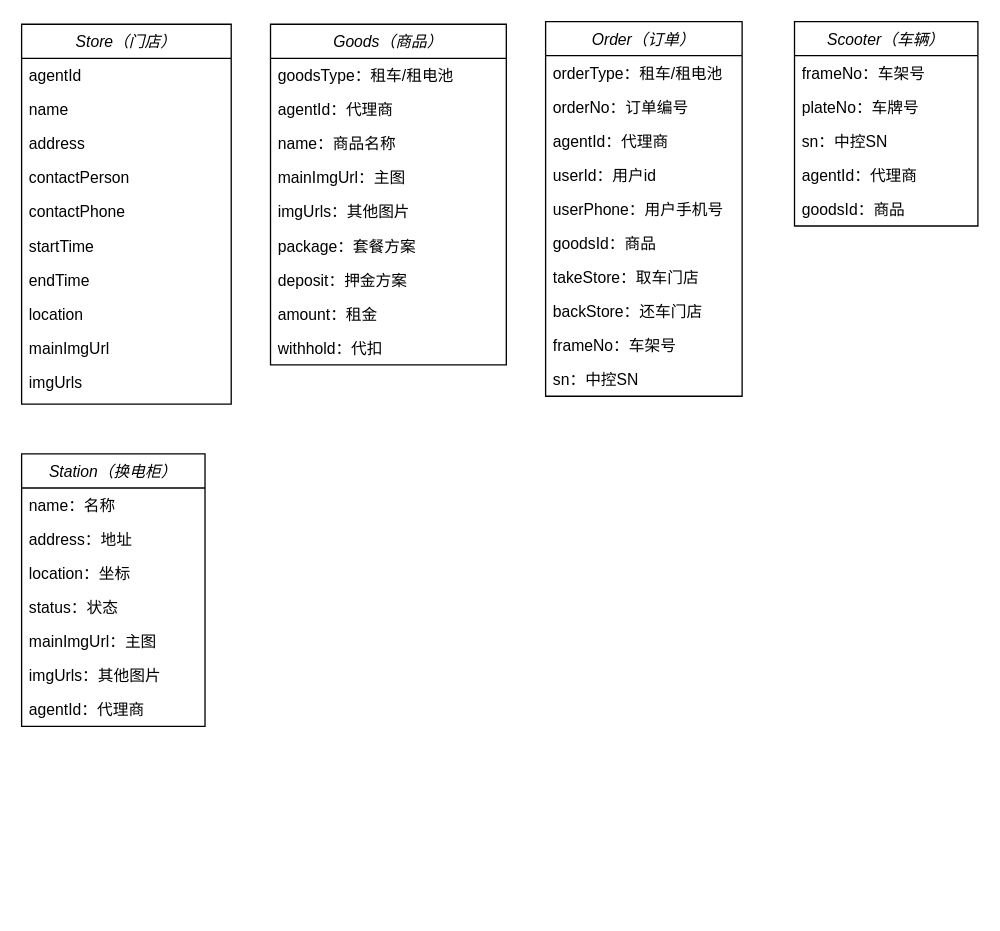
Above: 换电SaaS平台.drawio in vikey5210000/diagrams (draw.io), before the change. Source tidied: cells renumbered, new cells numbered last; positions are measured from the earlier drawing's top-left corner, leaving out a move shared by most shapes. Both pictures are drawn from the tidied source at 131%, with x=0, y=0 at pixel (21, 21).
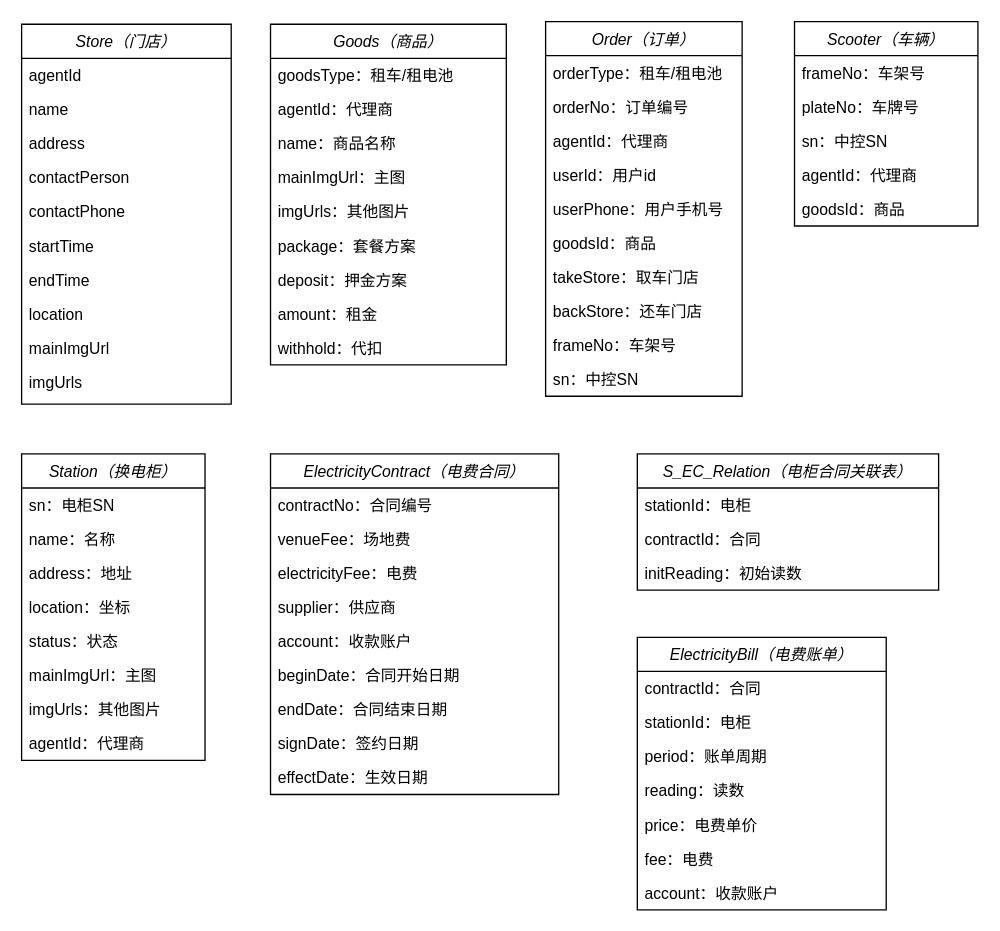
After the change.

Commit message:
新增电费合同以及账单表

Diff of the diagram source:
```diff
@@
     <mxCell id="40" value="Station（换电柜）" style="swimlane;fontStyle=2;horizontal=1;startSize=26;fillColor=none;" parent="1" vertex="1">
-      <mxGeometry y="330" width="140" height="208" as="geometry" />
+      <mxGeometry y="330" width="140" height="234" as="geometry" />
     </mxCell>
+    <mxCell id="48" value="sn：电柜SN" style="text;strokeColor=none;fillColor=none;align=left;verticalAlign=top;spacingLeft=4;spacingRight=4;overflow=hidden;" parent="40" vertex="1">
+      <mxGeometry y="26" width="140" height="26" as="geometry" />
+    </mxCell>
     <mxCell id="41" value="name：名称" style="text;strokeColor=none;fillColor=none;align=left;verticalAlign=top;spacingLeft=4;spacingRight=4;overflow=hidden;" parent="40" vertex="1">
-      <mxGeometry y="26" width="140" height="26" as="geometry" />
+      <mxGeometry y="52" width="140" height="26" as="geometry" />
     </mxCell>
     <mxCell id="42" value="address：地址" style="text;strokeColor=none;fillColor=none;align=left;verticalAlign=top;spacingLeft=4;spacingRight=4;overflow=hidden;" parent="40" vertex="1">
-      <mxGeometry y="52" width="140" height="26" as="geometry" />
+      <mxGeometry y="78" width="140" height="26" as="geometry" />
     </mxCell>
     <mxCell id="43" value="location：坐标" style="text;strokeColor=none;fillColor=none;align=left;verticalAlign=top;spacingLeft=4;spacingRight=4;overflow=hidden;" parent="40" vertex="1">
-      <mxGeometry y="78" width="140" height="26" as="geometry" />
+      <mxGeometry y="104" width="140" height="26" as="geometry" />
     </mxCell>
     <mxCell id="44" value="status：状态" style="text;strokeColor=none;fillColor=none;align=left;verticalAlign=top;spacingLeft=4;spacingRight=4;overflow=hidden;" parent="40" vertex="1">
-      <mxGeometry y="104" width="140" height="26" as="geometry" />
+      <mxGeometry y="130" width="140" height="26" as="geometry" />
     </mxCell>
     <mxCell id="45" value="mainImgUrl：主图" style="text;strokeColor=none;fillColor=none;align=left;verticalAlign=top;spacingLeft=4;spacingRight=4;overflow=hidden;" parent="40" vertex="1">
-      <mxGeometry y="130" width="140" height="26" as="geometry" />
+      <mxGeometry y="156" width="140" height="26" as="geometry" />
     </mxCell>
     <mxCell id="46" value="imgUrls：其他图片" style="text;strokeColor=none;fillColor=none;align=left;verticalAlign=top;spacingLeft=4;spacingRight=4;overflow=hidden;" parent="40" vertex="1">
-      <mxGeometry y="156" width="140" height="26" as="geometry" />
+      <mxGeometry y="182" width="140" height="26" as="geometry" />
     </mxCell>
     <mxCell id="47" value="agentId：代理商" style="text;strokeColor=none;fillColor=none;align=left;verticalAlign=top;spacingLeft=4;spacingRight=4;overflow=hidden;" parent="40" vertex="1">
-      <mxGeometry y="182" width="140" height="26" as="geometry" />
+      <mxGeometry y="208" width="140" height="26" as="geometry" />
     </mxCell>
+    <mxCell id="49" value="ElectricityContract（电费合同）" style="swimlane;fontStyle=2;horizontal=1;startSize=26;fillColor=none;" parent="1" vertex="1">
+      <mxGeometry x="190" y="330" width="220" height="260" as="geometry" />
+    </mxCell>
+    <mxCell id="50" value="contractNo：合同编号" style="text;strokeColor=none;fillColor=none;align=left;verticalAlign=top;spacingLeft=4;spacingRight=4;overflow=hidden;" parent="49" vertex="1">
+      <mxGeometry y="26" width="220" height="26" as="geometry" />
+    </mxCell>
+    <mxCell id="51" value="venueFee：场地费" style="text;strokeColor=none;fillColor=none;align=left;verticalAlign=top;spacingLeft=4;spacingRight=4;overflow=hidden;" parent="49" vertex="1">
+      <mxGeometry y="52" width="220" height="26" as="geometry" />
+    </mxCell>
+    <mxCell id="52" value="electricityFee：电费" style="text;strokeColor=none;fillColor=none;align=left;verticalAlign=top;spacingLeft=4;spacingRight=4;overflow=hidden;" parent="49" vertex="1">
+      <mxGeometry y="78" width="220" height="26" as="geometry" />
+    </mxCell>
+    <mxCell id="53" value="supplier：供应商" style="text;strokeColor=none;fillColor=none;align=left;verticalAlign=top;spacingLeft=4;spacingRight=4;overflow=hidden;" parent="49" vertex="1">
+      <mxGeometry y="104" width="220" height="26" as="geometry" />
+    </mxCell>
+    <mxCell id="54" value="account：收款账户" style="text;strokeColor=none;fillColor=none;align=left;verticalAlign=top;spacingLeft=4;spacingRight=4;overflow=hidden;" parent="49" vertex="1">
+      <mxGeometry y="130" width="220" height="26" as="geometry" />
+    </mxCell>
+    <mxCell id="55" value="beginDate：合同开始日期" style="text;strokeColor=none;fillColor=none;align=left;verticalAlign=top;spacingLeft=4;spacingRight=4;overflow=hidden;" parent="49" vertex="1">
+      <mxGeometry y="156" width="220" height="26" as="geometry" />
+    </mxCell>
+    <mxCell id="56" value="endDate：合同结束日期" style="text;strokeColor=none;fillColor=none;align=left;verticalAlign=top;spacingLeft=4;spacingRight=4;overflow=hidden;" parent="49" vertex="1">
+      <mxGeometry y="182" width="220" height="26" as="geometry" />
+    </mxCell>
+    <mxCell id="57" value="signDate：签约日期" style="text;strokeColor=none;fillColor=none;align=left;verticalAlign=top;spacingLeft=4;spacingRight=4;overflow=hidden;" parent="49" vertex="1">
+      <mxGeometry y="208" width="220" height="26" as="geometry" />
+    </mxCell>
+    <mxCell id="58" value="effectDate：生效日期" style="text;strokeColor=none;fillColor=none;align=left;verticalAlign=top;spacingLeft=4;spacingRight=4;overflow=hidden;" parent="49" vertex="1">
+      <mxGeometry y="234" width="220" height="26" as="geometry" />
+    </mxCell>
+    <mxCell id="59" value="S_EC_Relation（电柜合同关联表）" style="swimlane;fontStyle=2;horizontal=1;startSize=26;fillColor=none;" parent="1" vertex="1">
+      <mxGeometry x="470" y="330" width="230" height="104" as="geometry" />
+    </mxCell>
+    <mxCell id="60" value="stationId：电柜" style="text;strokeColor=none;fillColor=none;align=left;verticalAlign=top;spacingLeft=4;spacingRight=4;overflow=hidden;" parent="59" vertex="1">
+      <mxGeometry y="26" width="230" height="26" as="geometry" />
+    </mxCell>
+    <mxCell id="61" value="contractId：合同" style="text;strokeColor=none;fillColor=none;align=left;verticalAlign=top;spacingLeft=4;spacingRight=4;overflow=hidden;" parent="59" vertex="1">
+      <mxGeometry y="52" width="230" height="26" as="geometry" />
+    </mxCell>
+    <mxCell id="62" value="initReading：初始读数" style="text;strokeColor=none;fillColor=none;align=left;verticalAlign=top;spacingLeft=4;spacingRight=4;overflow=hidden;" parent="59" vertex="1">
+      <mxGeometry y="78" width="230" height="26" as="geometry" />
+    </mxCell>
+    <mxCell id="63" value="ElectricityBill（电费账单）" style="swimlane;fontStyle=2;horizontal=1;startSize=26;fillColor=none;" parent="1" vertex="1">
+      <mxGeometry x="470" y="470" width="190" height="208" as="geometry" />
+    </mxCell>
+    <mxCell id="64" value="contractId：合同" style="text;strokeColor=none;fillColor=none;align=left;verticalAlign=top;spacingLeft=4;spacingRight=4;overflow=hidden;" parent="63" vertex="1">
+      <mxGeometry y="26" width="190" height="26" as="geometry" />
+    </mxCell>
+    <mxCell id="65" value="stationId：电柜" style="text;strokeColor=none;fillColor=none;align=left;verticalAlign=top;spacingLeft=4;spacingRight=4;overflow=hidden;" parent="63" vertex="1">
+      <mxGeometry y="52" width="190" height="26" as="geometry" />
+    </mxCell>
+    <mxCell id="66" value="period：账单周期" style="text;strokeColor=none;fillColor=none;align=left;verticalAlign=top;spacingLeft=4;spacingRight=4;overflow=hidden;" parent="63" vertex="1">
+      <mxGeometry y="78" width="190" height="26" as="geometry" />
+    </mxCell>
+    <mxCell id="67" value="reading：读数" style="text;strokeColor=none;fillColor=none;align=left;verticalAlign=top;spacingLeft=4;spacingRight=4;overflow=hidden;" parent="63" vertex="1">
+      <mxGeometry y="104" width="190" height="26" as="geometry" />
+    </mxCell>
+    <mxCell id="68" value="price：电费单价" style="text;strokeColor=none;fillColor=none;align=left;verticalAlign=top;spacingLeft=4;spacingRight=4;overflow=hidden;" parent="63" vertex="1">
+      <mxGeometry y="130" width="190" height="26" as="geometry" />
+    </mxCell>
+    <mxCell id="69" value="fee：电费" style="text;strokeColor=none;fillColor=none;align=left;verticalAlign=top;spacingLeft=4;spacingRight=4;overflow=hidden;" parent="63" vertex="1">
+      <mxGeometry y="156" width="190" height="26" as="geometry" />
+    </mxCell>
+    <mxCell id="70" value="account：收款账户" style="text;strokeColor=none;fillColor=none;align=left;verticalAlign=top;spacingLeft=4;spacingRight=4;overflow=hidden;" parent="63" vertex="1">
+      <mxGeometry y="182" width="190" height="26" as="geometry" />
+    </mxCell>
```
